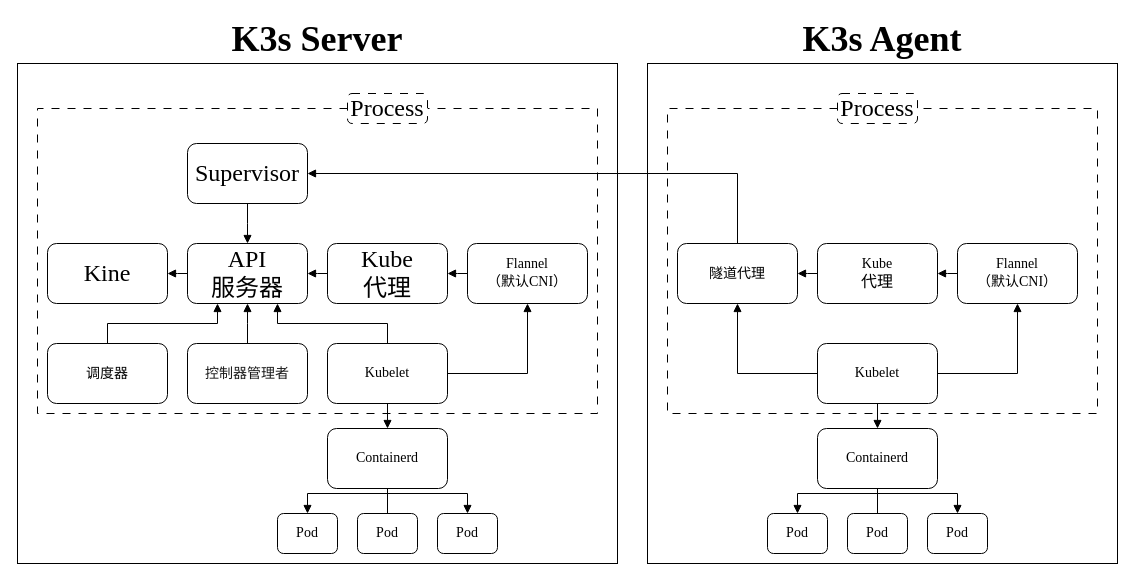
The draw.io diagram page "K3s架构" (3 of 7) of directory/边缘架构.drawio in lllwwwooo/draw.io, before the edit. Source tidied: cells renumbered, new cells numbered last; positions are measured from the earlier drawing's top-left corner, leaving out a move shared by most shapes. Both pictures are drawn from the tidied source at 100%, with x=0, y=0 at pixel (17, 63).
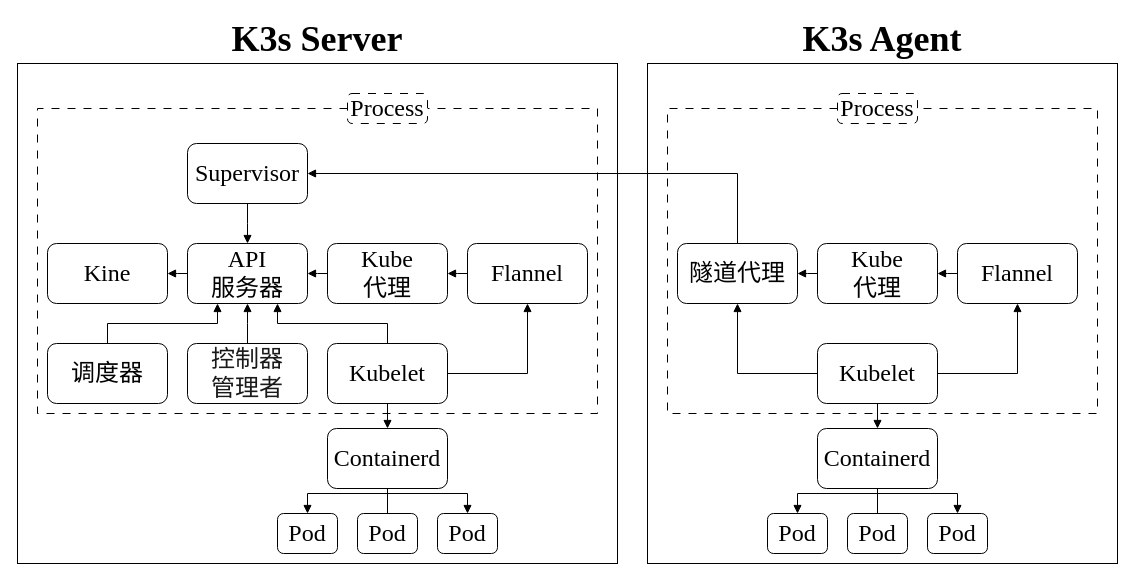
After the change.

Change to the diagram source:
```diff
@@
-    <mxCell id="11" value="&lt;font style=&quot;font-size: 14px;&quot; face=&quot;Times New Roman&quot;&gt;Flannel&lt;/font&gt;&lt;div&gt;&lt;font style=&quot;font-size: 14px;&quot;&gt;&lt;font style=&quot;&quot; face=&quot;宋体&quot;&gt;（默认&lt;/font&gt;&lt;font style=&quot;&quot; face=&quot;Times New Roman&quot;&gt;CNI&lt;/font&gt;&lt;font style=&quot;&quot; face=&quot;宋体&quot;&gt;）&lt;/font&gt;&lt;/font&gt;&lt;/div&gt;" style="whiteSpace=wrap;html=1;align=center;newEdgeStyle={&quot;edgeStyle&quot;:&quot;elbowEdgeStyle&quot;,&quot;startArrow&quot;:&quot;none&quot;,&quot;endArrow&quot;:&quot;none&quot;};rounded=1;" parent="1" vertex="1">
+    <mxCell id="11" value="&lt;font style=&quot;font-size: 24px;&quot; face=&quot;Times New Roman&quot;&gt;Flannel&lt;/font&gt;" style="whiteSpace=wrap;html=1;align=center;newEdgeStyle={&quot;edgeStyle&quot;:&quot;elbowEdgeStyle&quot;,&quot;startArrow&quot;:&quot;none&quot;,&quot;endArrow&quot;:&quot;none&quot;};rounded=1;" parent="1" vertex="1">
       <mxGeometry x="450" y="180" width="120" height="60" as="geometry" />
     </mxCell>
@@
-    <mxCell id="13" value="&lt;span style=&quot;color: rgba(0, 0, 0, 0.9); text-align: left; white-space-collapse: preserve; background-color: rgb(255, 255, 255);&quot;&gt;&lt;font face=&quot;宋体&quot; style=&quot;font-size: 14px;&quot;&gt;控制器管理者&lt;/font&gt;&lt;/span&gt;" style="whiteSpace=wrap;html=1;align=center;newEdgeStyle={&quot;edgeStyle&quot;:&quot;elbowEdgeStyle&quot;,&quot;startArrow&quot;:&quot;none&quot;,&quot;endArrow&quot;:&quot;none&quot;};rounded=1;" parent="1" vertex="1">
+    <mxCell id="13" value="&lt;span style=&quot;color: rgba(0, 0, 0, 0.9); text-align: left; white-space-collapse: preserve; background-color: rgb(255, 255, 255);&quot;&gt;&lt;font face=&quot;宋体&quot; style=&quot;font-size: 24px;&quot;&gt;控制器&lt;/font&gt;&lt;/span&gt;&lt;div&gt;&lt;span style=&quot;color: rgba(0, 0, 0, 0.9); text-align: left; white-space-collapse: preserve; background-color: rgb(255, 255, 255);&quot;&gt;&lt;font face=&quot;宋体&quot; style=&quot;font-size: 24px;&quot;&gt;管理者&lt;/font&gt;&lt;/span&gt;&lt;/div&gt;" style="whiteSpace=wrap;html=1;align=center;newEdgeStyle={&quot;edgeStyle&quot;:&quot;elbowEdgeStyle&quot;,&quot;startArrow&quot;:&quot;none&quot;,&quot;endArrow&quot;:&quot;none&quot;};rounded=1;" parent="1" vertex="1">
       <mxGeometry x="170" y="280" width="120" height="60" as="geometry" />
     </mxCell>
@@
-    <mxCell id="15" value="&lt;font style=&quot;font-size: 14px;&quot; face=&quot;宋体&quot;&gt;调度器&lt;/font&gt;" style="whiteSpace=wrap;html=1;align=center;newEdgeStyle={&quot;edgeStyle&quot;:&quot;elbowEdgeStyle&quot;,&quot;startArrow&quot;:&quot;none&quot;,&quot;endArrow&quot;:&quot;none&quot;};rounded=1;" parent="1" vertex="1">
+    <mxCell id="15" value="&lt;font style=&quot;font-size: 24px;&quot; face=&quot;宋体&quot;&gt;调度器&lt;/font&gt;" style="whiteSpace=wrap;html=1;align=center;newEdgeStyle={&quot;edgeStyle&quot;:&quot;elbowEdgeStyle&quot;,&quot;startArrow&quot;:&quot;none&quot;,&quot;endArrow&quot;:&quot;none&quot;};rounded=1;" parent="1" vertex="1">
       <mxGeometry x="30" y="280" width="120" height="60" as="geometry" />
     </mxCell>
@@
-    <mxCell id="18" value="&lt;font style=&quot;font-size: 14px;&quot; face=&quot;Times New Roman&quot;&gt;Kubelet&lt;/font&gt;" style="whiteSpace=wrap;html=1;align=center;newEdgeStyle={&quot;edgeStyle&quot;:&quot;elbowEdgeStyle&quot;,&quot;startArrow&quot;:&quot;none&quot;,&quot;endArrow&quot;:&quot;none&quot;};rounded=1;" parent="1" vertex="1">
+    <mxCell id="18" value="&lt;font style=&quot;font-size: 24px;&quot; face=&quot;Times New Roman&quot;&gt;Kubelet&lt;/font&gt;" style="whiteSpace=wrap;html=1;align=center;newEdgeStyle={&quot;edgeStyle&quot;:&quot;elbowEdgeStyle&quot;,&quot;startArrow&quot;:&quot;none&quot;,&quot;endArrow&quot;:&quot;none&quot;};rounded=1;" parent="1" vertex="1">
       <mxGeometry x="310" y="280" width="120" height="60" as="geometry" />
     </mxCell>
@@
-    <mxCell id="22" value="&lt;span style=&quot;&quot; lang=&quot;EN-US&quot;&gt;&lt;font style=&quot;font-size: 14px;&quot; face=&quot;Times New Roman&quot;&gt;Containerd&lt;/font&gt;&lt;/span&gt;" style="whiteSpace=wrap;html=1;align=center;newEdgeStyle={&quot;edgeStyle&quot;:&quot;elbowEdgeStyle&quot;,&quot;startArrow&quot;:&quot;none&quot;,&quot;endArrow&quot;:&quot;none&quot;};rounded=1;" parent="1" vertex="1">
+    <mxCell id="22" value="&lt;span style=&quot;&quot; lang=&quot;EN-US&quot;&gt;&lt;font style=&quot;font-size: 24px;&quot; face=&quot;Times New Roman&quot;&gt;Containerd&lt;/font&gt;&lt;/span&gt;" style="whiteSpace=wrap;html=1;align=center;newEdgeStyle={&quot;edgeStyle&quot;:&quot;elbowEdgeStyle&quot;,&quot;startArrow&quot;:&quot;none&quot;,&quot;endArrow&quot;:&quot;none&quot;};rounded=1;" parent="1" vertex="1">
       <mxGeometry x="310" y="365" width="120" height="60" as="geometry" />
     </mxCell>
-    <mxCell id="23" value="&lt;font style=&quot;font-size: 14px;&quot; face=&quot;Times New Roman&quot;&gt;Pod&lt;/font&gt;" style="whiteSpace=wrap;html=1;align=center;newEdgeStyle={&quot;edgeStyle&quot;:&quot;elbowEdgeStyle&quot;,&quot;startArrow&quot;:&quot;none&quot;,&quot;endArrow&quot;:&quot;none&quot;};rounded=1;" parent="1" vertex="1">
+    <mxCell id="23" value="&lt;font style=&quot;font-size: 24px;&quot; face=&quot;Times New Roman&quot;&gt;Pod&lt;/font&gt;" style="whiteSpace=wrap;html=1;align=center;newEdgeStyle={&quot;edgeStyle&quot;:&quot;elbowEdgeStyle&quot;,&quot;startArrow&quot;:&quot;none&quot;,&quot;endArrow&quot;:&quot;none&quot;};rounded=1;" parent="1" vertex="1">
       <mxGeometry x="340" y="450" width="60" height="40" as="geometry" />
     </mxCell>
-    <mxCell id="24" value="&lt;font style=&quot;font-size: 14px;&quot; face=&quot;Times New Roman&quot;&gt;Pod&lt;/font&gt;" style="whiteSpace=wrap;html=1;align=center;newEdgeStyle={&quot;edgeStyle&quot;:&quot;elbowEdgeStyle&quot;,&quot;startArrow&quot;:&quot;none&quot;,&quot;endArrow&quot;:&quot;none&quot;};rounded=1;" parent="1" vertex="1">
+    <mxCell id="24" value="&lt;font style=&quot;font-size: 24px;&quot; face=&quot;Times New Roman&quot;&gt;Pod&lt;/font&gt;" style="whiteSpace=wrap;html=1;align=center;newEdgeStyle={&quot;edgeStyle&quot;:&quot;elbowEdgeStyle&quot;,&quot;startArrow&quot;:&quot;none&quot;,&quot;endArrow&quot;:&quot;none&quot;};rounded=1;" parent="1" vertex="1">
       <mxGeometry x="260" y="450" width="60" height="40" as="geometry" />
     </mxCell>
-    <mxCell id="25" value="&lt;font style=&quot;font-size: 14px;&quot; face=&quot;Times New Roman&quot;&gt;Pod&lt;/font&gt;" style="whiteSpace=wrap;html=1;align=center;newEdgeStyle={&quot;edgeStyle&quot;:&quot;elbowEdgeStyle&quot;,&quot;startArrow&quot;:&quot;none&quot;,&quot;endArrow&quot;:&quot;none&quot;};rounded=1;" parent="1" vertex="1">
+    <mxCell id="25" value="&lt;font style=&quot;font-size: 24px;&quot; face=&quot;Times New Roman&quot;&gt;Pod&lt;/font&gt;" style="whiteSpace=wrap;html=1;align=center;newEdgeStyle={&quot;edgeStyle&quot;:&quot;elbowEdgeStyle&quot;,&quot;startArrow&quot;:&quot;none&quot;,&quot;endArrow&quot;:&quot;none&quot;};rounded=1;" parent="1" vertex="1">
       <mxGeometry x="420" y="450" width="60" height="40" as="geometry" />
     </mxCell>
@@
-    <mxCell id="31" value="&lt;font style=&quot;font-size: 14px;&quot; face=&quot;宋体&quot;&gt;隧道代理&lt;/font&gt;" style="whiteSpace=wrap;html=1;align=center;newEdgeStyle={&quot;edgeStyle&quot;:&quot;elbowEdgeStyle&quot;,&quot;startArrow&quot;:&quot;none&quot;,&quot;endArrow&quot;:&quot;none&quot;};glass=0;rounded=1;" parent="1" vertex="1">
+    <mxCell id="31" value="&lt;font style=&quot;font-size: 24px;&quot; face=&quot;宋体&quot;&gt;隧道代理&lt;/font&gt;" style="whiteSpace=wrap;html=1;align=center;newEdgeStyle={&quot;edgeStyle&quot;:&quot;elbowEdgeStyle&quot;,&quot;startArrow&quot;:&quot;none&quot;,&quot;endArrow&quot;:&quot;none&quot;};glass=0;rounded=1;" parent="1" vertex="1">
       <mxGeometry x="660" y="180" width="120" height="60" as="geometry" />
     </mxCell>
@@
-    <mxCell id="33" value="&lt;font style=&quot;font-size: 14px;&quot; face=&quot;Times New Roman&quot;&gt;Kube&lt;/font&gt;&lt;div&gt;&lt;font size=&quot;3&quot; face=&quot;宋体&quot;&gt;代理&lt;/font&gt;&lt;/div&gt;" style="whiteSpace=wrap;html=1;align=center;newEdgeStyle={&quot;edgeStyle&quot;:&quot;elbowEdgeStyle&quot;,&quot;startArrow&quot;:&quot;none&quot;,&quot;endArrow&quot;:&quot;none&quot;};rounded=1;" parent="1" vertex="1">
+    <mxCell id="33" value="&lt;font style=&quot;font-size: 24px;&quot; face=&quot;Times New Roman&quot;&gt;Kube&lt;/font&gt;&lt;div&gt;&lt;font style=&quot;font-size: 24px;&quot; face=&quot;宋体&quot;&gt;代理&lt;/font&gt;&lt;/div&gt;" style="whiteSpace=wrap;html=1;align=center;newEdgeStyle={&quot;edgeStyle&quot;:&quot;elbowEdgeStyle&quot;,&quot;startArrow&quot;:&quot;none&quot;,&quot;endArrow&quot;:&quot;none&quot;};rounded=1;" parent="1" vertex="1">
       <mxGeometry x="800" y="180" width="120" height="60" as="geometry" />
     </mxCell>
@@
-    <mxCell id="35" value="&lt;font style=&quot;font-size: 14px;&quot; face=&quot;Times New Roman&quot;&gt;Flannel&lt;/font&gt;&lt;div&gt;&lt;font style=&quot;font-size: 14px;&quot;&gt;&lt;font face=&quot;宋体&quot;&gt;（默认&lt;/font&gt;&lt;font face=&quot;Times New Roman&quot;&gt;CNI&lt;/font&gt;&lt;font face=&quot;宋体&quot;&gt;）&lt;/font&gt;&lt;/font&gt;&lt;/div&gt;" style="whiteSpace=wrap;html=1;align=center;newEdgeStyle={&quot;edgeStyle&quot;:&quot;elbowEdgeStyle&quot;,&quot;startArrow&quot;:&quot;none&quot;,&quot;endArrow&quot;:&quot;none&quot;};rounded=1;" parent="1" vertex="1">
+    <mxCell id="35" value="&lt;font style=&quot;font-size: 24px;&quot; face=&quot;Times New Roman&quot;&gt;Flannel&lt;/font&gt;" style="whiteSpace=wrap;html=1;align=center;newEdgeStyle={&quot;edgeStyle&quot;:&quot;elbowEdgeStyle&quot;,&quot;startArrow&quot;:&quot;none&quot;,&quot;endArrow&quot;:&quot;none&quot;};rounded=1;" parent="1" vertex="1">
       <mxGeometry x="940" y="180" width="120" height="60" as="geometry" />
     </mxCell>
@@
-    <mxCell id="38" value="&lt;font face=&quot;Times New Roman&quot; style=&quot;font-size: 14px;&quot;&gt;Kubelet&lt;/font&gt;" style="whiteSpace=wrap;html=1;align=center;newEdgeStyle={&quot;edgeStyle&quot;:&quot;elbowEdgeStyle&quot;,&quot;startArrow&quot;:&quot;none&quot;,&quot;endArrow&quot;:&quot;none&quot;};rounded=1;" parent="1" vertex="1">
+    <mxCell id="38" value="&lt;font face=&quot;Times New Roman&quot; style=&quot;font-size: 24px;&quot;&gt;Kubelet&lt;/font&gt;" style="whiteSpace=wrap;html=1;align=center;newEdgeStyle={&quot;edgeStyle&quot;:&quot;elbowEdgeStyle&quot;,&quot;startArrow&quot;:&quot;none&quot;,&quot;endArrow&quot;:&quot;none&quot;};rounded=1;" parent="1" vertex="1">
       <mxGeometry x="800" y="280" width="120" height="60" as="geometry" />
     </mxCell>
@@
-    <mxCell id="42" value="&lt;span style=&quot;&quot; lang=&quot;EN-US&quot;&gt;&lt;font face=&quot;Times New Roman&quot; style=&quot;font-size: 14px;&quot;&gt;Containerd&lt;/font&gt;&lt;/span&gt;" style="whiteSpace=wrap;html=1;align=center;newEdgeStyle={&quot;edgeStyle&quot;:&quot;elbowEdgeStyle&quot;,&quot;startArrow&quot;:&quot;none&quot;,&quot;endArrow&quot;:&quot;none&quot;};rounded=1;" parent="1" vertex="1">
+    <mxCell id="42" value="&lt;span style=&quot;&quot; lang=&quot;EN-US&quot;&gt;&lt;font face=&quot;Times New Roman&quot; style=&quot;font-size: 24px;&quot;&gt;Containerd&lt;/font&gt;&lt;/span&gt;" style="whiteSpace=wrap;html=1;align=center;newEdgeStyle={&quot;edgeStyle&quot;:&quot;elbowEdgeStyle&quot;,&quot;startArrow&quot;:&quot;none&quot;,&quot;endArrow&quot;:&quot;none&quot;};rounded=1;" parent="1" vertex="1">
       <mxGeometry x="800" y="365" width="120" height="60" as="geometry" />
     </mxCell>
-    <mxCell id="43" value="&lt;font face=&quot;Times New Roman&quot; style=&quot;font-size: 14px;&quot;&gt;Pod&lt;/font&gt;" style="whiteSpace=wrap;html=1;align=center;newEdgeStyle={&quot;edgeStyle&quot;:&quot;elbowEdgeStyle&quot;,&quot;startArrow&quot;:&quot;none&quot;,&quot;endArrow&quot;:&quot;none&quot;};rounded=1;" parent="1" vertex="1">
+    <mxCell id="43" value="&lt;font face=&quot;Times New Roman&quot; style=&quot;font-size: 24px;&quot;&gt;Pod&lt;/font&gt;" style="whiteSpace=wrap;html=1;align=center;newEdgeStyle={&quot;edgeStyle&quot;:&quot;elbowEdgeStyle&quot;,&quot;startArrow&quot;:&quot;none&quot;,&quot;endArrow&quot;:&quot;none&quot;};rounded=1;" parent="1" vertex="1">
       <mxGeometry x="830" y="450" width="60" height="40" as="geometry" />
     </mxCell>
-    <mxCell id="44" value="&lt;font face=&quot;Times New Roman&quot; style=&quot;font-size: 14px;&quot;&gt;Pod&lt;/font&gt;" style="whiteSpace=wrap;html=1;align=center;newEdgeStyle={&quot;edgeStyle&quot;:&quot;elbowEdgeStyle&quot;,&quot;startArrow&quot;:&quot;none&quot;,&quot;endArrow&quot;:&quot;none&quot;};rounded=1;" parent="1" vertex="1">
+    <mxCell id="44" value="&lt;font face=&quot;Times New Roman&quot; style=&quot;font-size: 24px;&quot;&gt;Pod&lt;/font&gt;" style="whiteSpace=wrap;html=1;align=center;newEdgeStyle={&quot;edgeStyle&quot;:&quot;elbowEdgeStyle&quot;,&quot;startArrow&quot;:&quot;none&quot;,&quot;endArrow&quot;:&quot;none&quot;};rounded=1;" parent="1" vertex="1">
       <mxGeometry x="750" y="450" width="60" height="40" as="geometry" />
     </mxCell>
-    <mxCell id="45" value="&lt;font face=&quot;Times New Roman&quot; style=&quot;font-size: 14px;&quot;&gt;Pod&lt;/font&gt;" style="whiteSpace=wrap;html=1;align=center;newEdgeStyle={&quot;edgeStyle&quot;:&quot;elbowEdgeStyle&quot;,&quot;startArrow&quot;:&quot;none&quot;,&quot;endArrow&quot;:&quot;none&quot;};rounded=1;" parent="1" vertex="1">
+    <mxCell id="45" value="&lt;font face=&quot;Times New Roman&quot; style=&quot;font-size: 24px;&quot;&gt;Pod&lt;/font&gt;" style="whiteSpace=wrap;html=1;align=center;newEdgeStyle={&quot;edgeStyle&quot;:&quot;elbowEdgeStyle&quot;,&quot;startArrow&quot;:&quot;none&quot;,&quot;endArrow&quot;:&quot;none&quot;};rounded=1;" parent="1" vertex="1">
       <mxGeometry x="910" y="450" width="60" height="40" as="geometry" />
     </mxCell>
```
